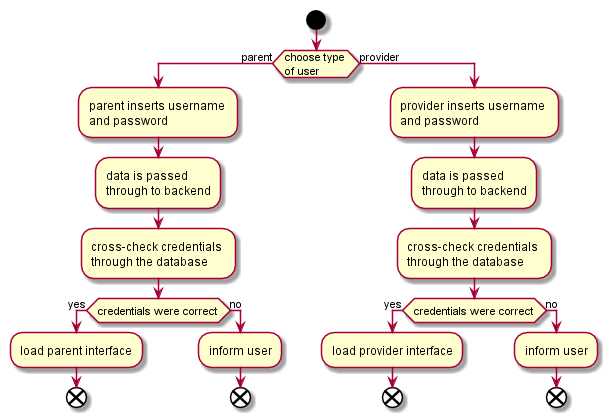
The PlantUML diagram plantUml/PNGs/Activity-userAuthentication.png in OrestisKariotis/Stack-Over-Flowers, before a commit.
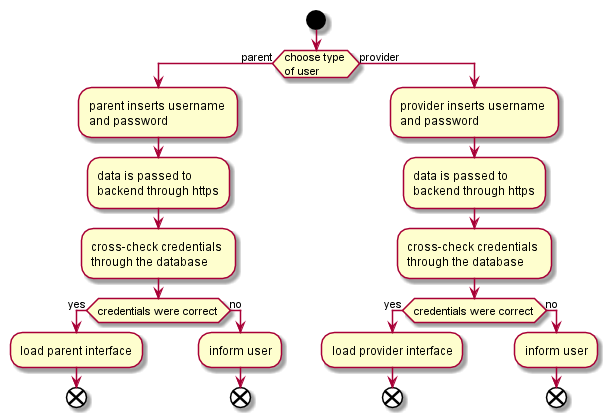
The same diagram one commit later.

Commit message:
Additional modifications to uml diagramms.

What changed in the source:
```diff
@@ -3,7 +3,7 @@
 start
 if (choose type \nof user) then (parent)
 	:parent inserts username \nand password;
-	:data is passed \nthrough to backend;
+	:data is passed to \nbackend through https;
 	:cross-check credentials \nthrough the database;
 
 	if (credentials were correct) then (yes)
@@ -15,7 +15,7 @@
 	endif
 else (provider)
 	:provider inserts username \nand password;
-	:data is passed \nthrough to backend;
+	:data is passed to \nbackend through https;
 	:cross-check credentials \nthrough the database;
 	if (credentials were correct) then (yes)
 		:load provider interface;
```
